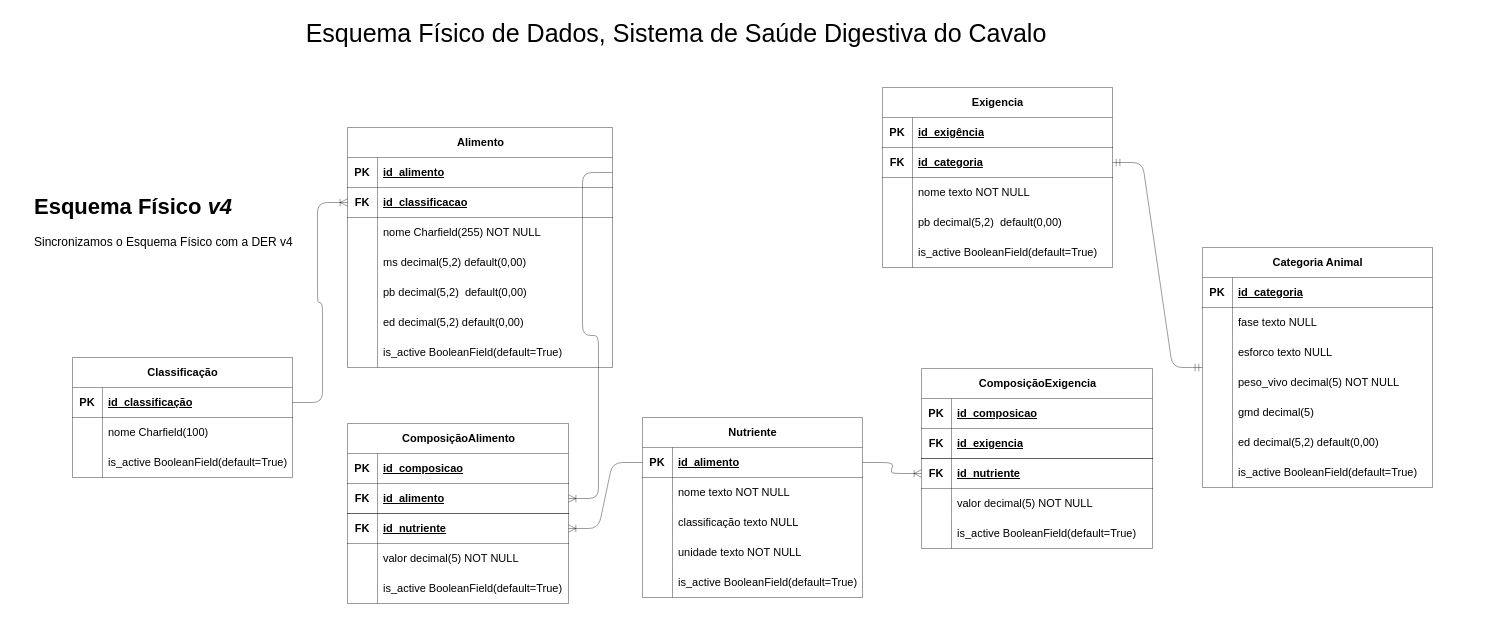
Before: doc/EsquemafísicoV4.drawio in Gabriel-Augusto21/ESDC, a draw.io diagram. Source tidied: cells renumbered, new cells numbered last; positions are measured from the earlier drawing's top-left corner, leaving out a move shared by most shapes. Both pictures are drawn from the tidied source at 100%, with x=0, y=0 at pixel (32, 17).
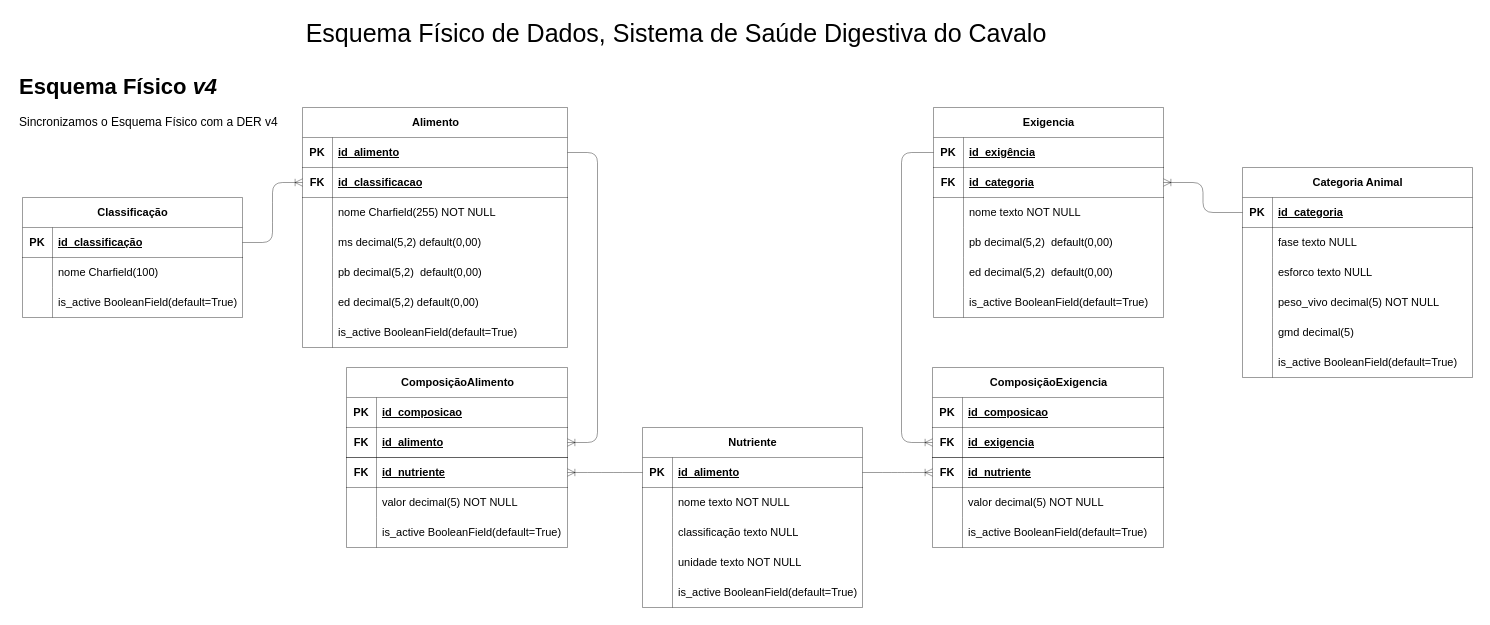
Above is the later version.

The change refers to these unchanged cells:
```xml
<mxCell id="15" style="shape=tableRow;horizontal=0;startSize=0;swimlaneHead=0;swimlaneBody=0;fillColor=none;points=[[0,0.5],[1,0.5]];portConstraint=eastwest;top=0;left=0;right=0;bottom=1;strokeColor=default;strokeWidth=0.3937;align=center;verticalAlign=middle;spacing=0.3937;fontFamily=Helvetica;fontSize=11;fontColor=default;labelBackgroundColor=default;" parent="14" vertex="1">
  <mxGeometry y="30" width="230" height="30" as="geometry" />
</mxCell>
<mxCell id="40" style="shape=tableRow;horizontal=0;startSize=0;swimlaneHead=0;swimlaneBody=0;fillColor=none;points=[[0,0.5],[1,0.5]];portConstraint=eastwest;top=0;left=0;right=0;bottom=1;strokeColor=default;strokeWidth=0.3937;align=center;verticalAlign=middle;spacing=0.3937;fontFamily=Helvetica;fontSize=11;fontColor=default;labelBackgroundColor=default;" parent="36" vertex="1">
  <mxGeometry y="60" width="231" height="30" as="geometry" />
</mxCell>
<mxCell id="53" style="shape=tableRow;horizontal=0;startSize=0;swimlaneHead=0;swimlaneBody=0;fillColor=none;points=[[0,0.5],[1,0.5]];portConstraint=eastwest;top=0;left=0;right=0;bottom=1;strokeColor=default;strokeWidth=0.3937;align=center;verticalAlign=middle;spacing=0.3937;fontFamily=Helvetica;fontSize=11;fontColor=default;labelBackgroundColor=default;" parent="52" vertex="1">
  <mxGeometry y="30" width="230" height="30" as="geometry" />
</mxCell>
<mxCell id="56" style="shape=tableRow;horizontal=0;startSize=0;swimlaneHead=0;swimlaneBody=0;fillColor=none;points=[[0,0.5],[1,0.5]];portConstraint=eastwest;top=0;left=0;right=0;bottom=1;strokeColor=default;strokeWidth=0.3937;align=center;verticalAlign=middle;spacing=0.3937;fontFamily=Helvetica;fontSize=11;fontColor=default;labelBackgroundColor=default;" parent="52" vertex="1">
  <mxGeometry y="60" width="230" height="30" as="geometry" />
</mxCell>
```

Diff of the diagram source:
```diff
@@
     <mxCell id="3" value="Classificação" style="shape=table;startSize=30;childLayout=tableLayout;rowLines=0;fontStyle=1;align=center;html=1;strokeColor=default;strokeWidth=0.3937;verticalAlign=middle;spacing=0.3937;fontFamily=Helvetica;fontSize=11;fontColor=default;labelBackgroundColor=default;fillColor=default;" parent="1" vertex="1">
-      <mxGeometry x="40" y="340" width="220" height="120" as="geometry" />
+      <mxGeometry x="-10" y="180" width="220" height="120" as="geometry" />
     </mxCell>
@@
-    <mxCell id="13" style="edgeStyle=entityRelationEdgeStyle;shape=connector;curved=0;rounded=1;jettySize=auto;html=1;shadow=0;strokeColor=default;strokeWidth=0.3937;align=center;verticalAlign=middle;fontFamily=Helvetica;fontSize=12;fontColor=default;labelBackgroundColor=default;endArrow=ERmandOne;flowAnimation=0;startFill=0;startArrow=ERmandOne;endFill=0;" parent="1" edge="1" source="14" target="56">
+    <mxCell id="13" style="edgeStyle=orthogonalEdgeStyle;shape=connector;rounded=1;jettySize=auto;html=1;shadow=0;strokeColor=default;strokeWidth=0.3937;align=center;verticalAlign=middle;fontFamily=Helvetica;fontSize=12;fontColor=default;labelBackgroundColor=default;endArrow=ERoneToMany;flowAnimation=0;startFill=0;startArrow=none;endFill=0;exitX=0;exitY=0.5;exitDx=0;exitDy=0;" parent="1" edge="1" source="15" target="56">
       <mxGeometry relative="1" as="geometry" />
     </mxCell>
     <mxCell id="14" value="Categoria Animal" style="shape=table;startSize=30;childLayout=tableLayout;rowLines=0;fontStyle=1;align=center;html=1;strokeColor=default;strokeWidth=0.3937;verticalAlign=middle;spacing=0.3937;fontFamily=Helvetica;fontSize=11;fontColor=default;labelBackgroundColor=default;fillColor=default;" parent="1" vertex="1">
-      <mxGeometry x="1170" y="230" width="230" height="240" as="geometry" />
+      <mxGeometry x="1210" y="150" width="230" height="210" as="geometry" />
     </mxCell>
@@
-    <mxCell id="30" style="shape=tableRow;horizontal=0;startSize=0;swimlaneHead=0;swimlaneBody=0;fillColor=none;top=0;left=0;right=0;bottom=0;strokeColor=default;strokeWidth=0.3937;align=center;verticalAlign=middle;spacing=0.3937;fontFamily=Helvetica;fontSize=11;fontColor=default;labelBackgroundColor=default;" parent="14" vertex="1">
-      <mxGeometry y="180" width="230" height="30" as="geometry" />
-    </mxCell>
-    <mxCell id="31" style="shape=partialRectangle;fillColor=none;top=0;left=0;bottom=0;right=0;overflow=hidden;whiteSpace=wrap;html=1;strokeColor=default;strokeWidth=0.3937;align=center;verticalAlign=middle;spacing=0.3937;fontFamily=Helvetica;fontSize=11;fontColor=default;labelBackgroundColor=default;" parent="30" vertex="1">
-      <mxGeometry width="30" height="30" as="geometry" />
-    </mxCell>
-    <mxCell id="32" value="ed decimal(5,2) default(0&lt;span style=&quot;color: light-dark(rgb(0, 0, 0), rgb(255, 255, 255));&quot;&gt;,00)&lt;/span&gt;" style="shape=partialRectangle;fillColor=none;top=0;left=0;bottom=0;right=0;align=left;spacingLeft=6;overflow=hidden;whiteSpace=wrap;html=1;strokeColor=default;strokeWidth=0.3937;verticalAlign=middle;spacing=0.3937;fontFamily=Helvetica;fontSize=11;fontColor=default;labelBackgroundColor=default;" parent="30" vertex="1">
-      <mxGeometry x="30" width="200" height="30" as="geometry" />
-    </mxCell>
     <mxCell id="33" style="shape=tableRow;horizontal=0;startSize=0;swimlaneHead=0;swimlaneBody=0;fillColor=none;top=0;left=0;right=0;bottom=0;strokeColor=default;strokeWidth=0.3937;align=center;verticalAlign=middle;spacing=0.3937;fontFamily=Helvetica;fontSize=11;fontColor=default;labelBackgroundColor=default;" parent="14" vertex="1">
-      <mxGeometry y="210" width="230" height="30" as="geometry" />
+      <mxGeometry y="180" width="230" height="30" as="geometry" />
     </mxCell>
@@
     <mxCell id="36" value="ComposiçãoExigencia" style="shape=table;startSize=30;childLayout=tableLayout;rowLines=0;fontStyle=1;align=center;html=1;strokeColor=default;strokeWidth=0.3937;verticalAlign=middle;spacing=0.3937;fontFamily=Helvetica;fontSize=11;fontColor=default;labelBackgroundColor=default;fillColor=default;" parent="1" vertex="1">
-      <mxGeometry x="889" y="351" width="231" height="180" as="geometry" />
+      <mxGeometry x="900" y="350" width="231" height="180" as="geometry" />
     </mxCell>
@@
     <mxCell id="52" value="Exigencia" style="shape=table;startSize=30;childLayout=tableLayout;rowLines=0;fontStyle=1;align=center;html=1;strokeColor=default;strokeWidth=0.3937;verticalAlign=middle;spacing=0.3937;fontFamily=Helvetica;fontSize=11;fontColor=default;labelBackgroundColor=default;fillColor=default;" parent="1" vertex="1">
-      <mxGeometry x="850" y="70" width="230" height="180" as="geometry" />
+      <mxGeometry x="901" y="90" width="230" height="210" as="geometry" />
     </mxCell>
@@
+    <mxCell id="127" style="shape=tableRow;horizontal=0;startSize=0;swimlaneHead=0;swimlaneBody=0;fillColor=none;top=0;left=0;right=0;bottom=0;strokeColor=default;strokeWidth=0.3937;align=center;verticalAlign=middle;spacing=0.3937;fontFamily=Helvetica;fontSize=11;fontColor=default;labelBackgroundColor=default;" parent="52" vertex="1">
+      <mxGeometry y="150" width="230" height="30" as="geometry" />
+    </mxCell>
+    <mxCell id="31" style="shape=partialRectangle;fillColor=none;top=0;left=0;bottom=0;right=0;overflow=hidden;whiteSpace=wrap;html=1;strokeColor=default;strokeWidth=0.3937;align=center;verticalAlign=middle;spacing=0.3937;fontFamily=Helvetica;fontSize=11;fontColor=default;labelBackgroundColor=default;" parent="127" vertex="1">
+      <mxGeometry width="30" height="30" as="geometry" />
+    </mxCell>
+    <mxCell id="32" value="ed decimal(5,2)&amp;nbsp; default(0&lt;span style=&quot;color: light-dark(rgb(0, 0, 0), rgb(255, 255, 255));&quot;&gt;,00)&lt;/span&gt;" style="shape=partialRectangle;fillColor=none;top=0;left=0;bottom=0;right=0;align=left;spacingLeft=6;overflow=hidden;whiteSpace=wrap;html=1;strokeColor=default;strokeWidth=0.3937;verticalAlign=middle;spacing=0.3937;fontFamily=Helvetica;fontSize=11;fontColor=default;labelBackgroundColor=default;" parent="127" vertex="1">
+      <mxGeometry x="30" width="200" height="30" as="geometry" />
+    </mxCell>
     <mxCell id="65" style="shape=tableRow;horizontal=0;startSize=0;swimlaneHead=0;swimlaneBody=0;fillColor=none;top=0;left=0;right=0;bottom=0;strokeColor=default;strokeWidth=0.3937;align=center;verticalAlign=middle;spacing=0.3937;fontFamily=Helvetica;fontSize=11;fontColor=default;labelBackgroundColor=default;" parent="52" vertex="1">
-      <mxGeometry y="150" width="230" height="30" as="geometry" />
+      <mxGeometry y="180" width="230" height="30" as="geometry" />
     </mxCell>
@@
     <mxCell id="68" value="Alimento" style="shape=table;startSize=30;childLayout=tableLayout;rowLines=0;fontStyle=1;align=center;html=1;strokeColor=default;strokeWidth=0.3937;verticalAlign=middle;spacing=0.3937;fontFamily=Helvetica;fontSize=11;fontColor=default;labelBackgroundColor=default;fillColor=default;" parent="1" vertex="1">
-      <mxGeometry x="315" y="110" width="265" height="240" as="geometry" />
+      <mxGeometry x="270" y="90" width="265" height="240" as="geometry" />
     </mxCell>
@@
     <mxCell id="90" value="ComposiçãoAlimento" style="shape=table;startSize=30;childLayout=tableLayout;rowLines=0;fontStyle=1;align=center;html=1;strokeColor=default;strokeWidth=0.3937;verticalAlign=middle;spacing=0.3937;fontFamily=Helvetica;fontSize=11;fontColor=default;labelBackgroundColor=default;fillColor=default;" parent="1" vertex="1">
-      <mxGeometry x="315" y="406" width="221" height="180" as="geometry" />
+      <mxGeometry x="314" y="350" width="221" height="180" as="geometry" />
     </mxCell>
@@
     <mxCell id="110" value="Nutriente" style="shape=table;startSize=30;childLayout=tableLayout;rowLines=0;fontStyle=1;align=center;html=1;strokeColor=default;strokeWidth=0.3937;verticalAlign=middle;spacing=0.3937;fontFamily=Helvetica;fontSize=11;fontColor=default;labelBackgroundColor=default;fillColor=default;" parent="1" vertex="1">
-      <mxGeometry x="610" y="400" width="220" height="180" as="geometry" />
+      <mxGeometry x="610" y="410" width="220" height="180" as="geometry" />
     </mxCell>
@@
     <mxCell id="126" value="&lt;h1 style=&quot;margin-top: 0px;&quot;&gt;&lt;span style=&quot;background-color: light-dark(#ffffff, var(--ge-dark-color, #121212)); color: light-dark(rgb(0, 0, 0), rgb(255, 255, 255));&quot;&gt;Esquema Físico&amp;nbsp;&lt;i&gt;v4&amp;nbsp;&lt;/i&gt;&lt;/span&gt;&lt;/h1&gt;&lt;div style=&quot;&quot;&gt;&lt;span style=&quot;font-size: 12px;&quot;&gt;Sincronizamos o Esquema Físico com a DER v4&lt;/span&gt;&lt;/div&gt;" style="text;html=1;whiteSpace=wrap;overflow=hidden;rounded=0;fontFamily=Helvetica;fontSize=11;fontColor=default;labelBackgroundColor=default;align=left;" parent="1" vertex="1">
-      <mxGeometry y="170" width="270" height="90" as="geometry" />
+      <mxGeometry x="-15" y="50" width="270" height="90" as="geometry" />
     </mxCell>
+    <mxCell id="128" style="shape=connector;rounded=1;jettySize=auto;html=1;shadow=0;strokeColor=default;strokeWidth=0.3937;align=center;verticalAlign=middle;fontFamily=Helvetica;fontSize=12;fontColor=default;labelBackgroundColor=default;endArrow=ERoneToMany;flowAnimation=0;exitX=0;exitY=0.5;exitDx=0;exitDy=0;edgeStyle=elbowEdgeStyle;entryX=0;entryY=0.5;entryDx=0;entryDy=0;" parent="1" edge="1" source="53" target="40">
+      <mxGeometry relative="1" as="geometry">
+        <Array as="points">
+          <mxPoint x="869" y="281" />
+        </Array>
+      </mxGeometry>
+    </mxCell>
```
